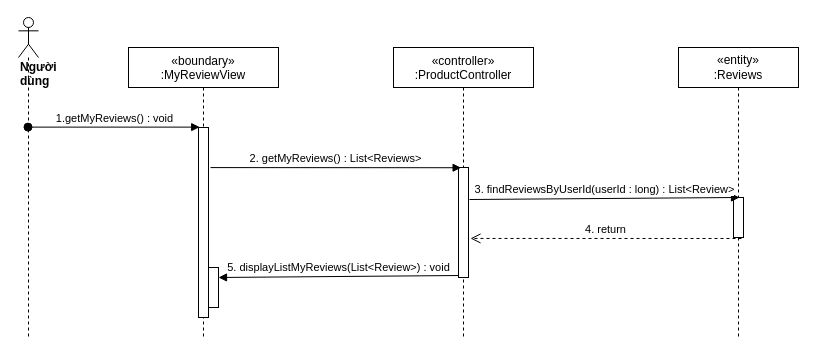
This is sequence diagram/getMyReview-sequence.drawio from nguyenphamvan/datn_20202, a draw.io file, before an edit. Source tidied: cells renumbered, new cells numbered last; positions are measured from the earlier drawing's top-left corner, leaving out a move shared by most shapes. Both pictures are drawn from the tidied source at 100%, with x=0, y=0 at pixel (18, 17).
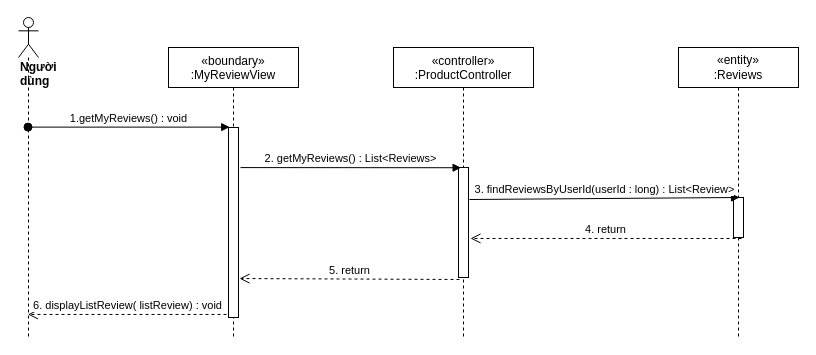
The same diagram, later.

What changed in the source:
```diff
@@
 <mxGraphModel>
   <root>
     <mxCell id="0" />
     <mxCell id="1" parent="0" />
     <mxCell id="2" value="«boundary»&#10;:MyReviewView" style="shape=umlLifeline;perimeter=lifelinePerimeter;rounded=0;shadow=0;strokeWidth=1;" parent="1" vertex="1">
-      <mxGeometry x="110" y="30" width="150" height="290" as="geometry" />
+      <mxGeometry x="150" y="30" width="130" height="290" as="geometry" />
     </mxCell>
     <mxCell id="3" style="html=1;points=[];perimeter=orthogonalPerimeter;" parent="2" vertex="1">
-      <mxGeometry x="70" y="80" width="10" height="190" as="geometry" />
+      <mxGeometry x="60" y="80" width="10" height="190" as="geometry" />
     </mxCell>
     <mxCell id="4" value="«controller»&#10;:ProductController" style="shape=umlLifeline;perimeter=lifelinePerimeter;rounded=0;shadow=0;strokeWidth=1;size=40;" parent="1" vertex="1">
       <mxGeometry x="375" y="30" width="140" height="290" as="geometry" />
     </mxCell>
     <mxCell id="5" style="points=[];perimeter=orthogonalPerimeter;rounded=0;shadow=0;strokeWidth=1;" parent="4" vertex="1">
       <mxGeometry x="65" y="120" width="10" height="110" as="geometry" />
     </mxCell>
     <mxCell id="6" value="&lt;div&gt;&lt;b&gt;Người dùng&lt;/b&gt;&lt;/div&gt;" style="shape=umlLifeline;participant=umlActor;perimeter=lifelinePerimeter;whiteSpace=wrap;html=1;verticalAlign=top;spacingTop=36;outlineConnect=0;align=left;" parent="1" vertex="1">
       <mxGeometry width="20" height="320" as="geometry" />
     </mxCell>
     <mxCell id="7" value="1.getMyReviews() : void" style="html=1;verticalAlign=bottom;startArrow=oval;startFill=1;endArrow=block;startSize=8;entryX=0.12;entryY=-0.002;entryDx=0;entryDy=0;entryPerimeter=0;" parent="1" edge="1" source="6" target="3">
       <mxGeometry relative="1" as="geometry" />
     </mxCell>
     <mxCell id="8" value="&lt;span&gt;«entity»&lt;br&gt;&lt;/span&gt;:Reviews" style="shape=umlLifeline;perimeter=lifelinePerimeter;whiteSpace=wrap;html=1;" parent="1" vertex="1">
       <mxGeometry x="660" y="30" width="120" height="290" as="geometry" />
     </mxCell>
     <mxCell id="9" style="points=[];perimeter=orthogonalPerimeter;rounded=0;shadow=0;strokeWidth=1;" parent="8" vertex="1">
       <mxGeometry x="55" y="150" width="10" height="40" as="geometry" />
     </mxCell>
     <mxCell id="10" value="3. findReviewsByUserId(userId : long) : List&amp;lt;Review&amp;gt;" style="html=1;verticalAlign=bottom;endArrow=block;entryX=0.6;entryY=0;entryDx=0;entryDy=0;entryPerimeter=0;exitX=1.1;exitY=0.291;exitDx=0;exitDy=0;exitPerimeter=0;" parent="1" edge="1" source="5" target="9">
       <mxGeometry relative="1" as="geometry" />
     </mxCell>
     <mxCell id="11" value="4. return" style="html=1;verticalAlign=bottom;endArrow=open;dashed=1;endSize=8;exitX=0.8;exitY=1.025;exitDx=0;exitDy=0;exitPerimeter=0;entryX=1.2;entryY=0.645;entryDx=0;entryDy=0;entryPerimeter=0;" parent="1" edge="1" source="9" target="5">
       <mxGeometry relative="1" as="geometry" />
     </mxCell>
     <mxCell id="12" value="2. getMyReviews() : List&amp;lt;Reviews&amp;gt;" style="html=1;verticalAlign=bottom;endArrow=block;entryX=0.26;entryY=0.002;entryDx=0;entryDy=0;entryPerimeter=0;exitX=1.2;exitY=0.211;exitDx=0;exitDy=0;exitPerimeter=0;" parent="1" edge="1" source="3" target="5">
       <mxGeometry relative="1" as="geometry" />
     </mxCell>
-    <mxCell id="13" style="html=1;points=[];perimeter=orthogonalPerimeter;" parent="1" vertex="1">
-      <mxGeometry x="190" y="250" width="10" height="40" as="geometry" />
-    </mxCell>
-    <mxCell id="14" value="5. displayListMyReviews(List&amp;lt;Review&amp;gt;) : void" style="html=1;verticalAlign=bottom;endArrow=block;exitX=0;exitY=0.982;exitDx=0;exitDy=0;exitPerimeter=0;entryX=1;entryY=0.25;entryDx=0;entryDy=0;entryPerimeter=0;" parent="1" edge="1" source="5" target="13">
-      <mxGeometry relative="1" as="geometry" />
-    </mxCell>
+    <mxCell id="15" value="5. return" style="html=1;verticalAlign=bottom;endArrow=open;dashed=1;endSize=8;exitX=0.1;exitY=1.018;exitDx=0;exitDy=0;exitPerimeter=0;entryX=1.1;entryY=0.795;entryDx=0;entryDy=0;entryPerimeter=0;" parent="1" edge="1" source="5" target="3">
+      <mxGeometry relative="1" as="geometry" />
+    </mxCell>
+    <mxCell id="16" value="6. displayListReview( listReview) : void" style="html=1;verticalAlign=bottom;endArrow=open;dashed=1;endSize=8;exitX=-0.2;exitY=0.984;exitDx=0;exitDy=0;exitPerimeter=0;" parent="1" edge="1" source="3" target="6">
+      <mxGeometry relative="1" as="geometry" />
+    </mxCell>
   </root>
 </mxGraphModel>
```
